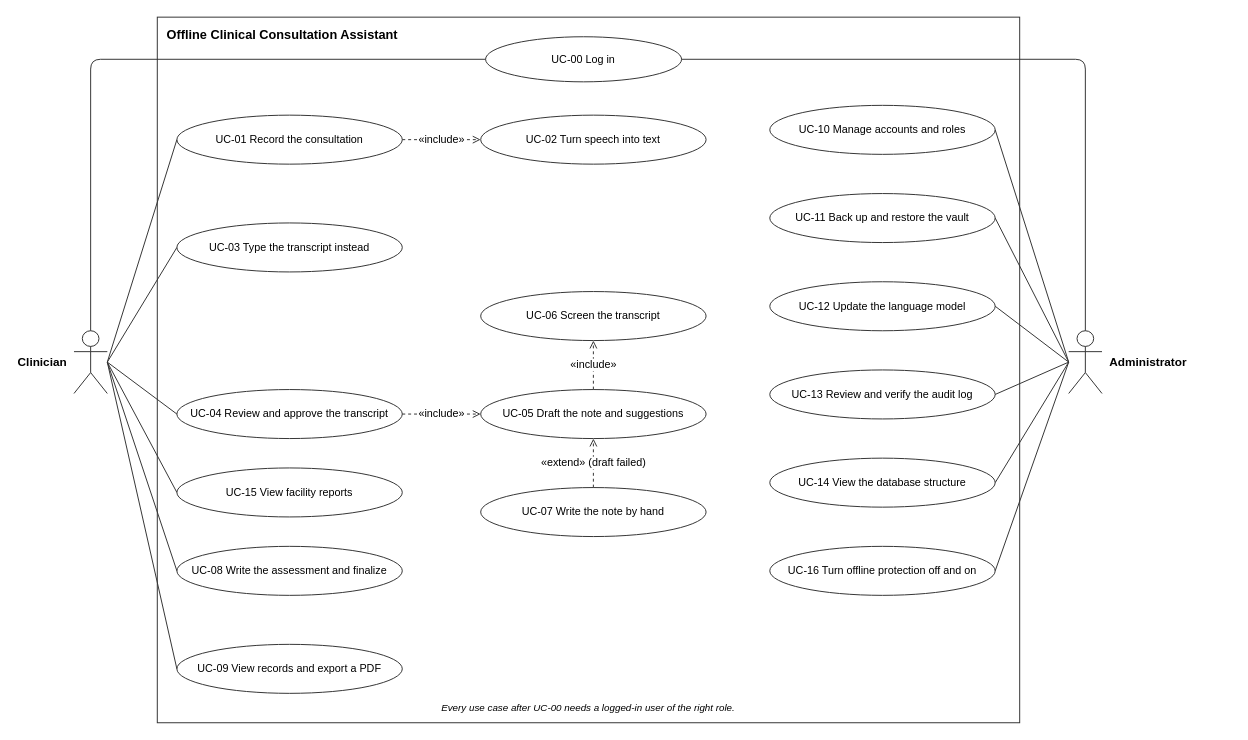
This is docs/design/fig-4-1-use-cases.drawio from kinuthia-mark/Offline-Desktop-Based-Medical-Professional-Clinical-Consultation-Assistant-, a draw.io file, before an edit. Source tidied: cells renumbered, new cells numbered last; positions are measured from the earlier drawing's top-left corner, leaving out a move shared by most shapes. Both pictures are drawn from the tidied source at 98%, with x=0, y=0 at pixel (74, 17).
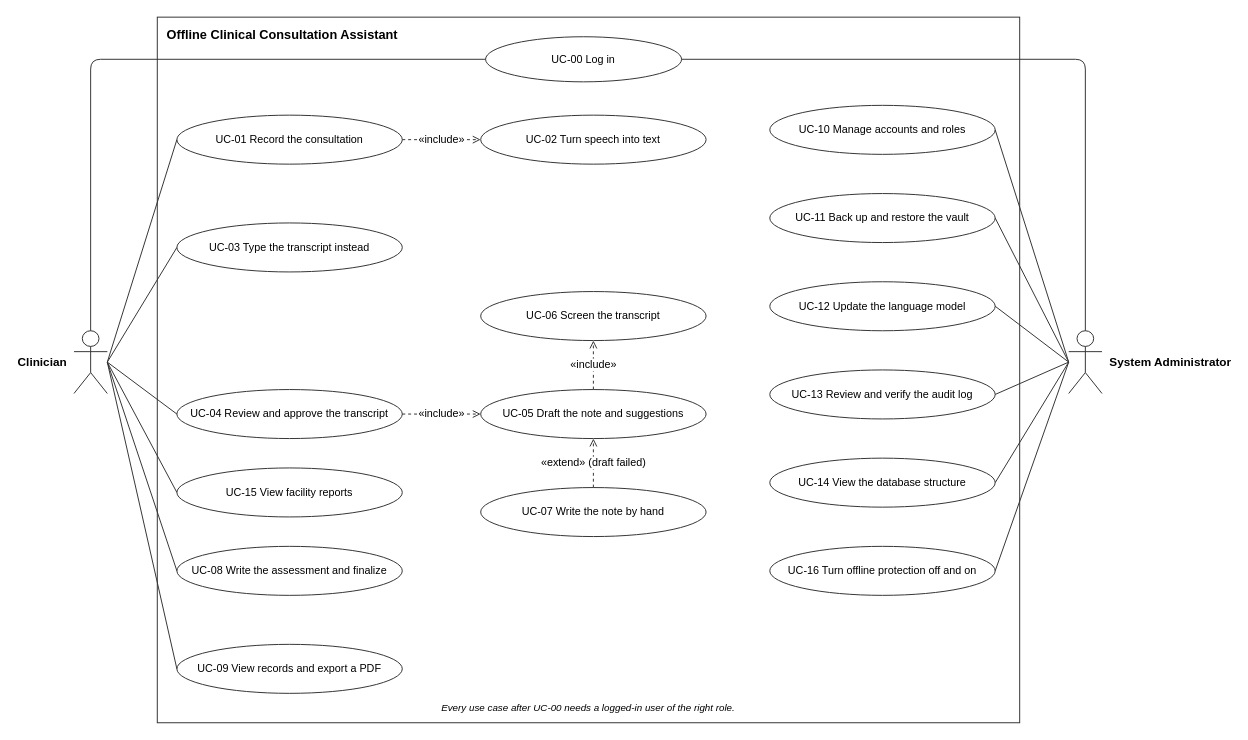
After the change.

Commit message:
docs(design): name the System Administrator in Figure 4.1

The actor still read Administrator; the role has been called System
Administrator since AMD-46.

Diff of the diagram source:
```diff
@@
-    <mxCell id="4" value="Administrator" style="shape=umlActor;labelPosition=right;align=left;verticalLabelPosition=middle;verticalAlign=middle;spacingLeft=6;spacingRight=6;html=1;outlineConnect=0;fillColor=#ffffff;strokeColor=#333333;fontFamily=Helvetica;fontSize=12;fontStyle=1;" parent="1" vertex="1">
+    <mxCell id="4" value="System Administrator" style="shape=umlActor;labelPosition=right;align=left;verticalLabelPosition=middle;verticalAlign=middle;spacingLeft=6;spacingRight=6;html=1;outlineConnect=0;fillColor=#ffffff;strokeColor=#333333;fontFamily=Helvetica;fontSize=12;fontStyle=1;" parent="1" vertex="1">
       <mxGeometry x="1015" y="320" width="34" height="64" as="geometry" />
     </mxCell>
```
